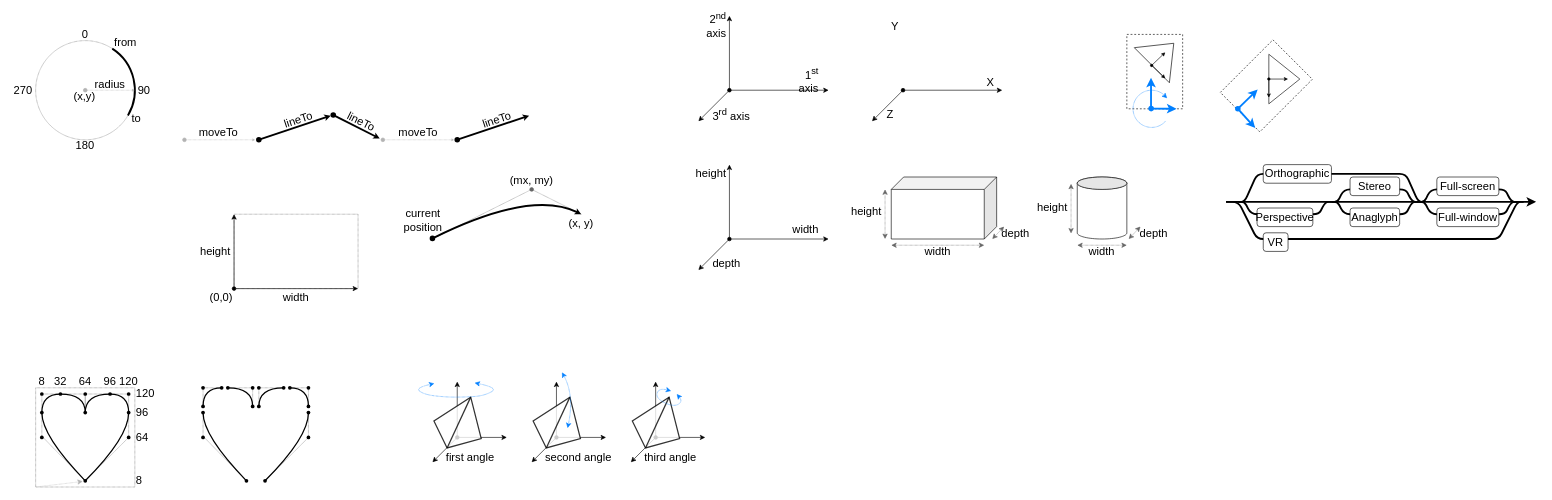
This is docs/images/images.drawio from boytchev/suica, a draw.io file, before an edit. Source tidied: cells renumbered, new cells numbered last; positions are measured from the earlier drawing's top-left corner, leaving out a move shared by most shapes. Both pictures are drawn from the tidied source at 62%, with x=0, y=0 at pixel (11, 16).
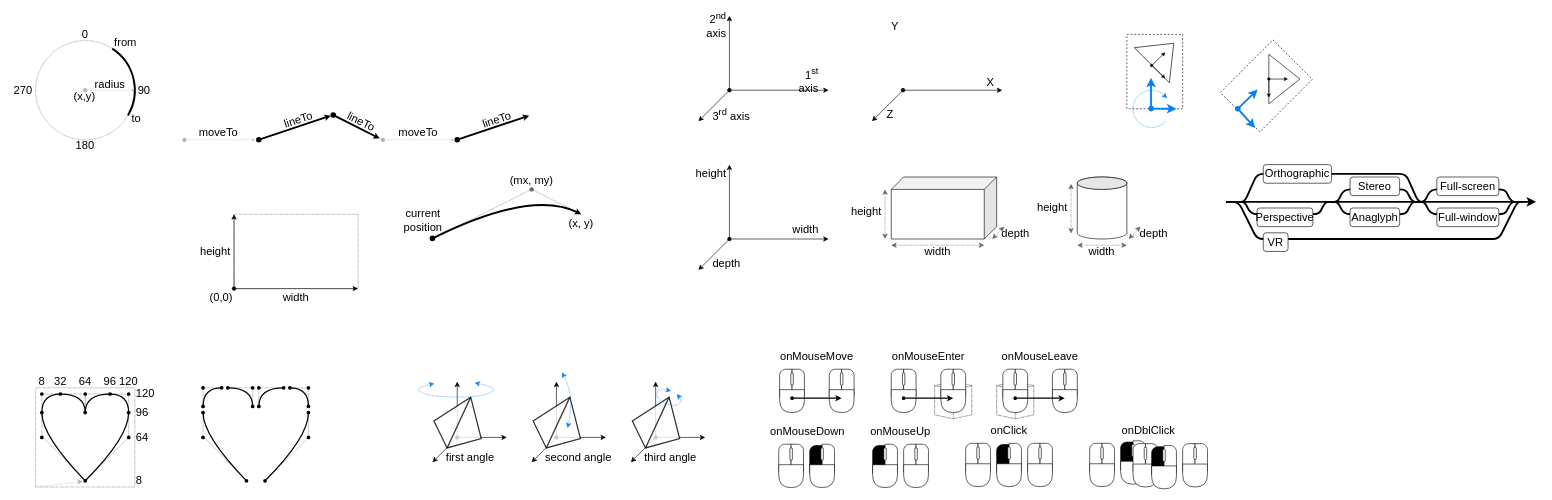
Above is the later version.

The edit, as a diff of the source:
```diff
@@
+    <mxCell id="178" style="html=1;whiteSpace=wrap;shape=isoCube2;backgroundOutline=1;isoAngle=6.849293491769717;dashed=1;dashPattern=1 1;" parent="1" vertex="1">
+      <mxGeometry x="1490" y="590" width="60" height="60" as="geometry" />
+    </mxCell>
@@
+    <mxCell id="179" value="onMouseMove" style="text;html=1;strokeColor=none;fillColor=none;align=center;verticalAlign=middle;whiteSpace=wrap;rounded=0;rotation=0;fontFamily=Calibri;fontSize=18;" parent="1" vertex="1">
+      <mxGeometry x="1240" y="539" width="120" height="20" as="geometry" />
+    </mxCell>
+    <mxCell id="180" value="onMouseEnter" style="text;html=1;strokeColor=none;fillColor=none;align=center;verticalAlign=middle;whiteSpace=wrap;rounded=0;rotation=0;fontFamily=Calibri;fontSize=18;" parent="1" vertex="1">
+      <mxGeometry x="1420" y="539" width="120" height="20" as="geometry" />
+    </mxCell>
+    <mxCell id="181" value="onMouseLeave" style="text;html=1;strokeColor=none;fillColor=none;align=center;verticalAlign=middle;whiteSpace=wrap;rounded=0;rotation=0;fontFamily=Calibri;fontSize=18;" parent="1" vertex="1">
+      <mxGeometry x="1600" y="539" width="120" height="20" as="geometry" />
+    </mxCell>
+    <mxCell id="182" style="group;fillColor=none;" parent="1" vertex="1">
+      <mxGeometry x="1240" y="570" width="40" height="70" as="geometry" />
+    </mxCell>
+    <mxCell id="183" style="verticalLabelPosition=bottom;verticalAlign=top;html=1;shape=mxgraph.basic.diag_round_rect;dx=15;" parent="182" vertex="1">
+      <mxGeometry width="20" height="45" as="geometry" />
+    </mxCell>
+    <mxCell id="184" style="verticalLabelPosition=bottom;verticalAlign=top;html=1;shape=mxgraph.basic.diag_round_rect;dx=15;flipH=1;" parent="182" vertex="1">
+      <mxGeometry x="20" width="20" height="44" as="geometry" />
+    </mxCell>
+    <mxCell id="185" style="shape=delay;whiteSpace=wrap;html=1;rotation=90;" parent="182" vertex="1">
+      <mxGeometry x="1.5" y="31.5" width="37" height="40" as="geometry" />
+    </mxCell>
+    <mxCell id="186" style="rounded=1;whiteSpace=wrap;html=1;arcSize=50;" parent="182" vertex="1">
+      <mxGeometry x="18" y="5.7" width="4" height="20.2" as="geometry" />
+    </mxCell>
+    <mxCell id="187" style="group;fillColor=none;" parent="1" vertex="1">
+      <mxGeometry x="1320" y="570" width="40" height="70" as="geometry" />
+    </mxCell>
+    <mxCell id="188" style="verticalLabelPosition=bottom;verticalAlign=top;html=1;shape=mxgraph.basic.diag_round_rect;dx=15;" parent="187" vertex="1">
+      <mxGeometry width="20" height="45" as="geometry" />
+    </mxCell>
+    <mxCell id="189" style="verticalLabelPosition=bottom;verticalAlign=top;html=1;shape=mxgraph.basic.diag_round_rect;dx=15;flipH=1;" parent="187" vertex="1">
+      <mxGeometry x="20" width="20" height="44" as="geometry" />
+    </mxCell>
+    <mxCell id="190" style="shape=delay;whiteSpace=wrap;html=1;rotation=90;" parent="187" vertex="1">
+      <mxGeometry x="1.5" y="31.5" width="37" height="40" as="geometry" />
+    </mxCell>
+    <mxCell id="191" style="rounded=1;whiteSpace=wrap;html=1;arcSize=50;" parent="187" vertex="1">
+      <mxGeometry x="18" y="5.7" width="4" height="20.2" as="geometry" />
+    </mxCell>
+    <mxCell id="192" style="endArrow=classic;html=1;rounded=0;strokeWidth=2;endSize=4;startSize=4;strokeColor=#000000;startArrow=oval;startFill=1;" parent="1" edge="1">
+      <mxGeometry relative="1" as="geometry">
+        <mxPoint x="1260" y="616.7" as="sourcePoint" />
+        <mxPoint x="1340" y="616.7" as="targetPoint" />
+      </mxGeometry>
+    </mxCell>
+    <mxCell id="193" style="group;fillColor=none;" parent="1" vertex="1">
+      <mxGeometry x="1420" y="570" width="40" height="70" as="geometry" />
+    </mxCell>
+    <mxCell id="194" style="verticalLabelPosition=bottom;verticalAlign=top;html=1;shape=mxgraph.basic.diag_round_rect;dx=15;" parent="193" vertex="1">
+      <mxGeometry width="20" height="45" as="geometry" />
+    </mxCell>
+    <mxCell id="195" style="verticalLabelPosition=bottom;verticalAlign=top;html=1;shape=mxgraph.basic.diag_round_rect;dx=15;flipH=1;" parent="193" vertex="1">
+      <mxGeometry x="20" width="20" height="44" as="geometry" />
+    </mxCell>
+    <mxCell id="196" style="shape=delay;whiteSpace=wrap;html=1;rotation=90;" parent="193" vertex="1">
+      <mxGeometry x="1.5" y="31.5" width="37" height="40" as="geometry" />
+    </mxCell>
+    <mxCell id="197" style="rounded=1;whiteSpace=wrap;html=1;arcSize=50;" parent="193" vertex="1">
+      <mxGeometry x="18" y="5.7" width="4" height="20.2" as="geometry" />
+    </mxCell>
+    <mxCell id="198" style="group;fillColor=none;" parent="1" vertex="1">
+      <mxGeometry x="1500" y="570" width="40" height="70" as="geometry" />
+    </mxCell>
+    <mxCell id="199" style="verticalLabelPosition=bottom;verticalAlign=top;html=1;shape=mxgraph.basic.diag_round_rect;dx=15;" parent="198" vertex="1">
+      <mxGeometry width="20" height="45" as="geometry" />
+    </mxCell>
+    <mxCell id="200" style="verticalLabelPosition=bottom;verticalAlign=top;html=1;shape=mxgraph.basic.diag_round_rect;dx=15;flipH=1;" parent="198" vertex="1">
+      <mxGeometry x="20" width="20" height="44" as="geometry" />
+    </mxCell>
+    <mxCell id="201" style="shape=delay;whiteSpace=wrap;html=1;rotation=90;" parent="198" vertex="1">
+      <mxGeometry x="1.5" y="31.5" width="37" height="40" as="geometry" />
+    </mxCell>
+    <mxCell id="202" style="rounded=1;whiteSpace=wrap;html=1;arcSize=50;" parent="198" vertex="1">
+      <mxGeometry x="18" y="5.7" width="4" height="20.2" as="geometry" />
+    </mxCell>
+    <mxCell id="203" style="endArrow=classic;html=1;rounded=0;strokeWidth=2;endSize=4;startSize=4;strokeColor=#000000;startArrow=oval;startFill=1;" parent="1" edge="1">
+      <mxGeometry relative="1" as="geometry">
+        <mxPoint x="1440" y="616.7" as="sourcePoint" />
+        <mxPoint x="1520" y="616.7" as="targetPoint" />
+      </mxGeometry>
+    </mxCell>
+    <mxCell id="204" style="html=1;whiteSpace=wrap;shape=isoCube2;backgroundOutline=1;isoAngle=6.849293491769717;dashed=1;dashPattern=1 1;" parent="1" vertex="1">
+      <mxGeometry x="1590" y="590" width="60" height="60" as="geometry" />
+    </mxCell>
+    <mxCell id="205" style="group;fillColor=none;" parent="1" vertex="1">
+      <mxGeometry x="1600" y="570" width="40" height="70" as="geometry" />
+    </mxCell>
+    <mxCell id="206" style="verticalLabelPosition=bottom;verticalAlign=top;html=1;shape=mxgraph.basic.diag_round_rect;dx=15;" parent="205" vertex="1">
+      <mxGeometry width="20" height="45" as="geometry" />
+    </mxCell>
+    <mxCell id="207" style="verticalLabelPosition=bottom;verticalAlign=top;html=1;shape=mxgraph.basic.diag_round_rect;dx=15;flipH=1;" parent="205" vertex="1">
+      <mxGeometry x="20" width="20" height="44" as="geometry" />
+    </mxCell>
+    <mxCell id="208" style="shape=delay;whiteSpace=wrap;html=1;rotation=90;" parent="205" vertex="1">
+      <mxGeometry x="1.5" y="31.5" width="37" height="40" as="geometry" />
+    </mxCell>
+    <mxCell id="209" style="rounded=1;whiteSpace=wrap;html=1;arcSize=50;" parent="205" vertex="1">
+      <mxGeometry x="18" y="5.7" width="4" height="20.2" as="geometry" />
+    </mxCell>
+    <mxCell id="210" style="group;fillColor=none;" parent="1" vertex="1">
+      <mxGeometry x="1680" y="570" width="40" height="70" as="geometry" />
+    </mxCell>
+    <mxCell id="211" style="verticalLabelPosition=bottom;verticalAlign=top;html=1;shape=mxgraph.basic.diag_round_rect;dx=15;" parent="210" vertex="1">
+      <mxGeometry width="20" height="45" as="geometry" />
+    </mxCell>
+    <mxCell id="212" style="verticalLabelPosition=bottom;verticalAlign=top;html=1;shape=mxgraph.basic.diag_round_rect;dx=15;flipH=1;" parent="210" vertex="1">
+      <mxGeometry x="20" width="20" height="44" as="geometry" />
+    </mxCell>
+    <mxCell id="213" style="shape=delay;whiteSpace=wrap;html=1;rotation=90;" parent="210" vertex="1">
+      <mxGeometry x="1.5" y="31.5" width="37" height="40" as="geometry" />
+    </mxCell>
+    <mxCell id="214" style="rounded=1;whiteSpace=wrap;html=1;arcSize=50;" parent="210" vertex="1">
+      <mxGeometry x="18" y="5.7" width="4" height="20.2" as="geometry" />
+    </mxCell>
+    <mxCell id="215" style="endArrow=classic;html=1;rounded=0;strokeWidth=2;endSize=4;startSize=4;strokeColor=#000000;startArrow=oval;startFill=1;" parent="1" edge="1">
+      <mxGeometry relative="1" as="geometry">
+        <mxPoint x="1620" y="616.7" as="sourcePoint" />
+        <mxPoint x="1700" y="616.7" as="targetPoint" />
+      </mxGeometry>
+    </mxCell>
+    <mxCell id="216" value="onMouseDown" style="text;html=1;strokeColor=none;fillColor=none;align=center;verticalAlign=middle;whiteSpace=wrap;rounded=0;rotation=0;fontFamily=Calibri;fontSize=18;" parent="1" vertex="1">
+      <mxGeometry x="1220" y="660" width="130" height="20" as="geometry" />
+    </mxCell>
+    <mxCell id="217" style="group;fillColor=none;" parent="1" vertex="1">
+      <mxGeometry x="1238.5" y="691" width="40" height="70" as="geometry" />
+    </mxCell>
+    <mxCell id="218" style="verticalLabelPosition=bottom;verticalAlign=top;html=1;shape=mxgraph.basic.diag_round_rect;dx=15;" parent="217" vertex="1">
+      <mxGeometry width="20" height="45" as="geometry" />
+    </mxCell>
+    <mxCell id="219" style="verticalLabelPosition=bottom;verticalAlign=top;html=1;shape=mxgraph.basic.diag_round_rect;dx=15;flipH=1;" parent="217" vertex="1">
+      <mxGeometry x="20" width="20" height="44" as="geometry" />
+    </mxCell>
+    <mxCell id="220" style="shape=delay;whiteSpace=wrap;html=1;rotation=90;" parent="217" vertex="1">
+      <mxGeometry x="1.5" y="31.5" width="37" height="40" as="geometry" />
+    </mxCell>
+    <mxCell id="221" style="rounded=1;whiteSpace=wrap;html=1;arcSize=50;" parent="217" vertex="1">
+      <mxGeometry x="18" y="5.7" width="4" height="20.2" as="geometry" />
+    </mxCell>
+    <mxCell id="222" style="group;fillColor=none;" parent="1" vertex="1">
+      <mxGeometry x="1288.5" y="691" width="40" height="70" as="geometry" />
+    </mxCell>
+    <mxCell id="223" style="verticalLabelPosition=bottom;verticalAlign=top;html=1;shape=mxgraph.basic.diag_round_rect;dx=15;fillColor=#000000;" parent="222" vertex="1">
+      <mxGeometry y="2" width="20" height="45" as="geometry" />
+    </mxCell>
+    <mxCell id="224" style="verticalLabelPosition=bottom;verticalAlign=top;html=1;shape=mxgraph.basic.diag_round_rect;dx=15;flipH=1;" parent="222" vertex="1">
+      <mxGeometry x="20" width="20" height="44" as="geometry" />
+    </mxCell>
+    <mxCell id="225" style="shape=delay;whiteSpace=wrap;html=1;rotation=90;" parent="222" vertex="1">
+      <mxGeometry x="1.5" y="31.5" width="37" height="40" as="geometry" />
+    </mxCell>
+    <mxCell id="226" style="rounded=1;whiteSpace=wrap;html=1;arcSize=50;" parent="222" vertex="1">
+      <mxGeometry x="18" y="5.7" width="4" height="20.2" as="geometry" />
+    </mxCell>
+    <mxCell id="227" value="onMouseUp" style="text;html=1;strokeColor=none;fillColor=none;align=center;verticalAlign=middle;whiteSpace=wrap;rounded=0;rotation=0;fontFamily=Calibri;fontSize=18;" parent="1" vertex="1">
+      <mxGeometry x="1390" y="660" width="90" height="20" as="geometry" />
+    </mxCell>
+    <mxCell id="228" style="group;fillColor=none;" parent="1" vertex="1">
+      <mxGeometry x="1390" y="691" width="40" height="70" as="geometry" />
+    </mxCell>
+    <mxCell id="229" style="verticalLabelPosition=bottom;verticalAlign=top;html=1;shape=mxgraph.basic.diag_round_rect;dx=15;fillColor=#000000;" parent="228" vertex="1">
+      <mxGeometry y="2" width="20" height="45" as="geometry" />
+    </mxCell>
+    <mxCell id="230" style="verticalLabelPosition=bottom;verticalAlign=top;html=1;shape=mxgraph.basic.diag_round_rect;dx=15;flipH=1;" parent="228" vertex="1">
+      <mxGeometry x="20" width="20" height="44" as="geometry" />
+    </mxCell>
+    <mxCell id="231" style="shape=delay;whiteSpace=wrap;html=1;rotation=90;" parent="228" vertex="1">
+      <mxGeometry x="1.5" y="31.5" width="37" height="40" as="geometry" />
+    </mxCell>
+    <mxCell id="232" style="rounded=1;whiteSpace=wrap;html=1;arcSize=50;" parent="228" vertex="1">
+      <mxGeometry x="18" y="5.7" width="4" height="20.2" as="geometry" />
+    </mxCell>
+    <mxCell id="233" style="group;fillColor=none;" parent="1" vertex="1">
+      <mxGeometry x="1440" y="691" width="40" height="70" as="geometry" />
+    </mxCell>
+    <mxCell id="234" style="verticalLabelPosition=bottom;verticalAlign=top;html=1;shape=mxgraph.basic.diag_round_rect;dx=15;fillColor=#FFFFFF;" parent="233" vertex="1">
+      <mxGeometry width="20" height="45" as="geometry" />
+    </mxCell>
+    <mxCell id="235" style="verticalLabelPosition=bottom;verticalAlign=top;html=1;shape=mxgraph.basic.diag_round_rect;dx=15;flipH=1;" parent="233" vertex="1">
+      <mxGeometry x="20" width="20" height="44" as="geometry" />
+    </mxCell>
+    <mxCell id="236" style="shape=delay;whiteSpace=wrap;html=1;rotation=90;" parent="233" vertex="1">
+      <mxGeometry x="1.5" y="31.5" width="37" height="40" as="geometry" />
+    </mxCell>
+    <mxCell id="237" style="rounded=1;whiteSpace=wrap;html=1;arcSize=50;" parent="233" vertex="1">
+      <mxGeometry x="18" y="5.7" width="4" height="20.2" as="geometry" />
+    </mxCell>
+    <mxCell id="238" value="onClick" style="text;html=1;strokeColor=none;fillColor=none;align=center;verticalAlign=middle;whiteSpace=wrap;rounded=0;rotation=0;fontFamily=Calibri;fontSize=18;" parent="1" vertex="1">
+      <mxGeometry x="1540" y="658.5" width="140" height="21.5" as="geometry" />
+    </mxCell>
+    <mxCell id="239" style="group;fillColor=none;" parent="1" vertex="1">
+      <mxGeometry x="1590" y="689.5" width="40" height="70" as="geometry" />
+    </mxCell>
+    <mxCell id="240" style="verticalLabelPosition=bottom;verticalAlign=top;html=1;shape=mxgraph.basic.diag_round_rect;dx=15;fillColor=#000000;" parent="239" vertex="1">
+      <mxGeometry y="2" width="20" height="45" as="geometry" />
+    </mxCell>
+    <mxCell id="241" style="verticalLabelPosition=bottom;verticalAlign=top;html=1;shape=mxgraph.basic.diag_round_rect;dx=15;flipH=1;" parent="239" vertex="1">
+      <mxGeometry x="20" width="20" height="44" as="geometry" />
+    </mxCell>
+    <mxCell id="242" style="shape=delay;whiteSpace=wrap;html=1;rotation=90;" parent="239" vertex="1">
+      <mxGeometry x="1.5" y="31.5" width="37" height="40" as="geometry" />
+    </mxCell>
+    <mxCell id="243" style="rounded=1;whiteSpace=wrap;html=1;arcSize=50;" parent="239" vertex="1">
+      <mxGeometry x="18" y="5.7" width="4" height="20.2" as="geometry" />
+    </mxCell>
+    <mxCell id="244" style="group;fillColor=none;" parent="1" vertex="1">
+      <mxGeometry x="1640" y="689.5" width="40" height="70" as="geometry" />
+    </mxCell>
+    <mxCell id="245" style="verticalLabelPosition=bottom;verticalAlign=top;html=1;shape=mxgraph.basic.diag_round_rect;dx=15;fillColor=#FFFFFF;" parent="244" vertex="1">
+      <mxGeometry width="20" height="45" as="geometry" />
+    </mxCell>
+    <mxCell id="246" style="verticalLabelPosition=bottom;verticalAlign=top;html=1;shape=mxgraph.basic.diag_round_rect;dx=15;flipH=1;" parent="244" vertex="1">
+      <mxGeometry x="20" width="20" height="44" as="geometry" />
+    </mxCell>
+    <mxCell id="247" style="shape=delay;whiteSpace=wrap;html=1;rotation=90;" parent="244" vertex="1">
+      <mxGeometry x="1.5" y="31.5" width="37" height="40" as="geometry" />
+    </mxCell>
+    <mxCell id="248" style="rounded=1;whiteSpace=wrap;html=1;arcSize=50;" parent="244" vertex="1">
+      <mxGeometry x="18" y="5.7" width="4" height="20.2" as="geometry" />
+    </mxCell>
+    <mxCell id="249" style="group;fillColor=none;" parent="1" vertex="1">
+      <mxGeometry x="1540" y="689.5" width="40" height="70" as="geometry" />
+    </mxCell>
+    <mxCell id="250" style="verticalLabelPosition=bottom;verticalAlign=top;html=1;shape=mxgraph.basic.diag_round_rect;dx=15;fillColor=#FFFFFF;" parent="249" vertex="1">
+      <mxGeometry width="20" height="45" as="geometry" />
+    </mxCell>
+    <mxCell id="251" style="verticalLabelPosition=bottom;verticalAlign=top;html=1;shape=mxgraph.basic.diag_round_rect;dx=15;flipH=1;" parent="249" vertex="1">
+      <mxGeometry x="20" width="20" height="44" as="geometry" />
+    </mxCell>
+    <mxCell id="252" style="shape=delay;whiteSpace=wrap;html=1;rotation=90;" parent="249" vertex="1">
+      <mxGeometry x="1.5" y="31.5" width="37" height="40" as="geometry" />
+    </mxCell>
+    <mxCell id="253" style="rounded=1;whiteSpace=wrap;html=1;arcSize=50;" parent="249" vertex="1">
+      <mxGeometry x="18" y="5.7" width="4" height="20.2" as="geometry" />
+    </mxCell>
+    <mxCell id="254" style="group;fillColor=none;" parent="1" vertex="1">
+      <mxGeometry x="1790" y="685.5" width="40" height="70" as="geometry" />
+    </mxCell>
+    <mxCell id="255" style="verticalLabelPosition=bottom;verticalAlign=top;html=1;shape=mxgraph.basic.diag_round_rect;dx=15;fillColor=#000000;" parent="254" vertex="1">
+      <mxGeometry y="2" width="20" height="45" as="geometry" />
+    </mxCell>
+    <mxCell id="256" style="verticalLabelPosition=bottom;verticalAlign=top;html=1;shape=mxgraph.basic.diag_round_rect;dx=15;flipH=1;" parent="254" vertex="1">
+      <mxGeometry x="20" width="20" height="44" as="geometry" />
+    </mxCell>
+    <mxCell id="257" style="shape=delay;whiteSpace=wrap;html=1;rotation=90;" parent="254" vertex="1">
+      <mxGeometry x="1.5" y="31.5" width="37" height="40" as="geometry" />
+    </mxCell>
+    <mxCell id="258" style="rounded=1;whiteSpace=wrap;html=1;arcSize=50;" parent="254" vertex="1">
+      <mxGeometry x="18" y="5.7" width="4" height="20.2" as="geometry" />
+    </mxCell>
+    <mxCell id="259" style="group;fillColor=none;" parent="1" vertex="1">
+      <mxGeometry x="1810" y="690" width="40" height="70" as="geometry" />
+    </mxCell>
+    <mxCell id="260" style="verticalLabelPosition=bottom;verticalAlign=top;html=1;shape=mxgraph.basic.diag_round_rect;dx=15;fillColor=#FFFFFF;" parent="259" vertex="1">
+      <mxGeometry width="20" height="45" as="geometry" />
+    </mxCell>
+    <mxCell id="261" style="verticalLabelPosition=bottom;verticalAlign=top;html=1;shape=mxgraph.basic.diag_round_rect;dx=15;flipH=1;" parent="259" vertex="1">
+      <mxGeometry x="20" width="20" height="44" as="geometry" />
+    </mxCell>
+    <mxCell id="262" style="shape=delay;whiteSpace=wrap;html=1;rotation=90;" parent="259" vertex="1">
+      <mxGeometry x="1.5" y="31.5" width="37" height="40" as="geometry" />
+    </mxCell>
+    <mxCell id="263" style="rounded=1;whiteSpace=wrap;html=1;arcSize=50;" parent="259" vertex="1">
+      <mxGeometry x="18" y="5.7" width="4" height="20.2" as="geometry" />
+    </mxCell>
+    <mxCell id="264" style="group;fillColor=none;" parent="1" vertex="1">
+      <mxGeometry x="1740" y="689.5" width="40" height="70" as="geometry" />
+    </mxCell>
+    <mxCell id="265" style="verticalLabelPosition=bottom;verticalAlign=top;html=1;shape=mxgraph.basic.diag_round_rect;dx=15;fillColor=#FFFFFF;" parent="264" vertex="1">
+      <mxGeometry width="20" height="45" as="geometry" />
+    </mxCell>
+    <mxCell id="266" style="verticalLabelPosition=bottom;verticalAlign=top;html=1;shape=mxgraph.basic.diag_round_rect;dx=15;flipH=1;" parent="264" vertex="1">
+      <mxGeometry x="20" width="20" height="44" as="geometry" />
+    </mxCell>
+    <mxCell id="267" style="shape=delay;whiteSpace=wrap;html=1;rotation=90;" parent="264" vertex="1">
+      <mxGeometry x="1.5" y="31.5" width="37" height="40" as="geometry" />
+    </mxCell>
+    <mxCell id="268" style="rounded=1;whiteSpace=wrap;html=1;arcSize=50;" parent="264" vertex="1">
+      <mxGeometry x="18" y="5.7" width="4" height="20.2" as="geometry" />
+    </mxCell>
+    <mxCell id="269" style="group;fillColor=none;" parent="1" vertex="1">
+      <mxGeometry x="1840" y="693" width="40" height="70" as="geometry" />
+    </mxCell>
+    <mxCell id="270" style="verticalLabelPosition=bottom;verticalAlign=top;html=1;shape=mxgraph.basic.diag_round_rect;dx=15;fillColor=#000000;" parent="269" vertex="1">
+      <mxGeometry y="2" width="20" height="45" as="geometry" />
+    </mxCell>
+    <mxCell id="271" style="verticalLabelPosition=bottom;verticalAlign=top;html=1;shape=mxgraph.basic.diag_round_rect;dx=15;flipH=1;" parent="269" vertex="1">
+      <mxGeometry x="20" width="20" height="44" as="geometry" />
+    </mxCell>
+    <mxCell id="272" style="shape=delay;whiteSpace=wrap;html=1;rotation=90;" parent="269" vertex="1">
+      <mxGeometry x="1.5" y="31.5" width="37" height="40" as="geometry" />
+    </mxCell>
+    <mxCell id="273" style="rounded=1;whiteSpace=wrap;html=1;arcSize=50;" parent="269" vertex="1">
+      <mxGeometry x="18" y="5.7" width="4" height="20.2" as="geometry" />
+    </mxCell>
+    <mxCell id="274" style="group;fillColor=none;" parent="1" vertex="1">
+      <mxGeometry x="1890" y="690" width="40" height="70" as="geometry" />
+    </mxCell>
+    <mxCell id="275" style="verticalLabelPosition=bottom;verticalAlign=top;html=1;shape=mxgraph.basic.diag_round_rect;dx=15;fillColor=#FFFFFF;" parent="274" vertex="1">
+      <mxGeometry width="20" height="45" as="geometry" />
+    </mxCell>
+    <mxCell id="276" style="verticalLabelPosition=bottom;verticalAlign=top;html=1;shape=mxgraph.basic.diag_round_rect;dx=15;flipH=1;" parent="274" vertex="1">
+      <mxGeometry x="20" width="20" height="44" as="geometry" />
+    </mxCell>
+    <mxCell id="277" style="shape=delay;whiteSpace=wrap;html=1;rotation=90;" parent="274" vertex="1">
+      <mxGeometry x="1.5" y="31.5" width="37" height="40" as="geometry" />
+    </mxCell>
+    <mxCell id="278" style="rounded=1;whiteSpace=wrap;html=1;arcSize=50;" parent="274" vertex="1">
+      <mxGeometry x="18" y="5.7" width="4" height="20.2" as="geometry" />
+    </mxCell>
+    <mxCell id="279" value="onDblClick" style="text;html=1;strokeColor=none;fillColor=none;align=center;verticalAlign=middle;whiteSpace=wrap;rounded=0;rotation=0;fontFamily=Calibri;fontSize=18;" parent="1" vertex="1">
+      <mxGeometry x="1740" y="658.5" width="190" height="21.5" as="geometry" />
+    </mxCell>
```
